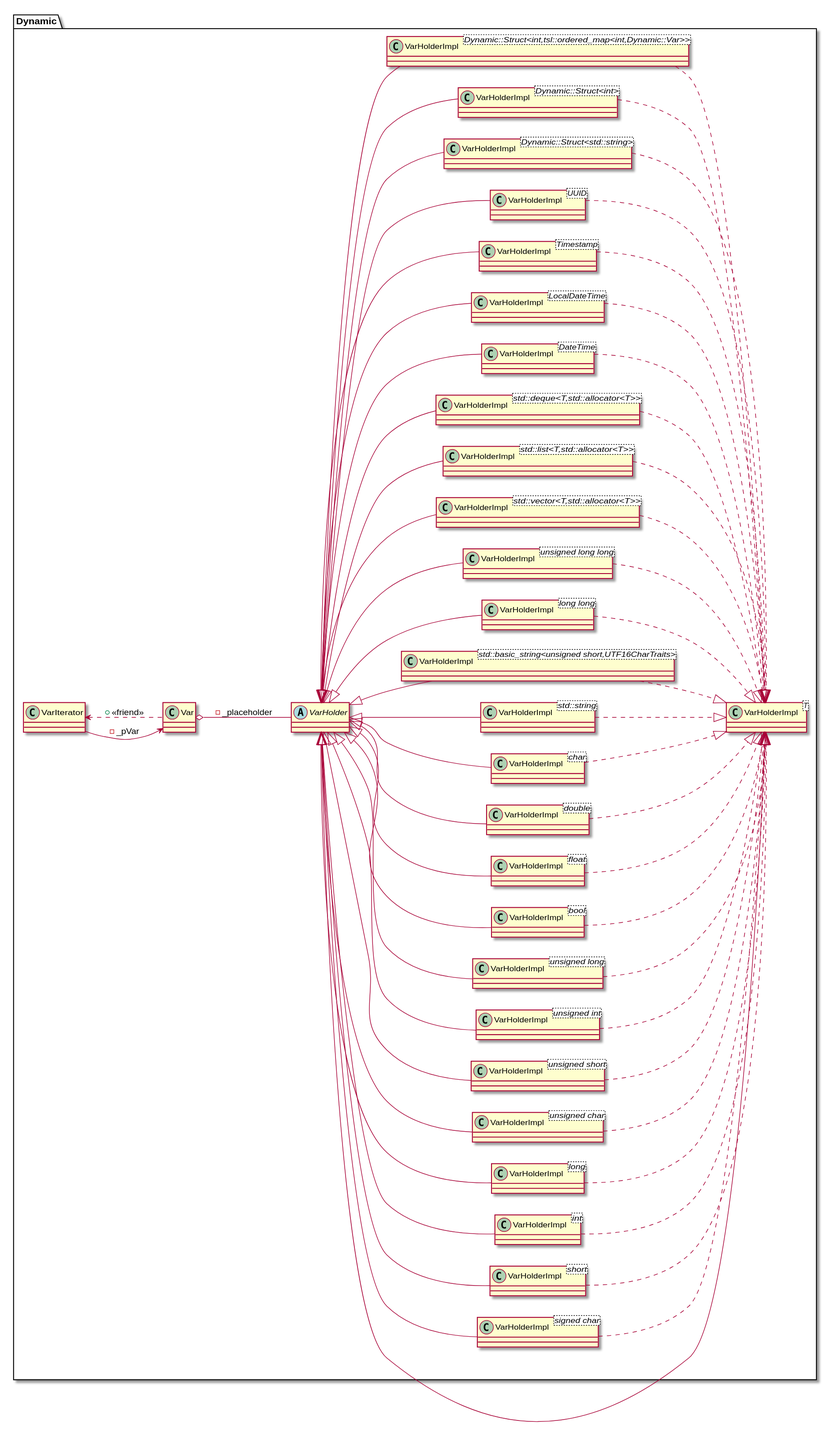
Before: poco/puml/dynamic_class_diagram.svg, a diagram exported from PlantUML (bkryza/clang-uml-examples).
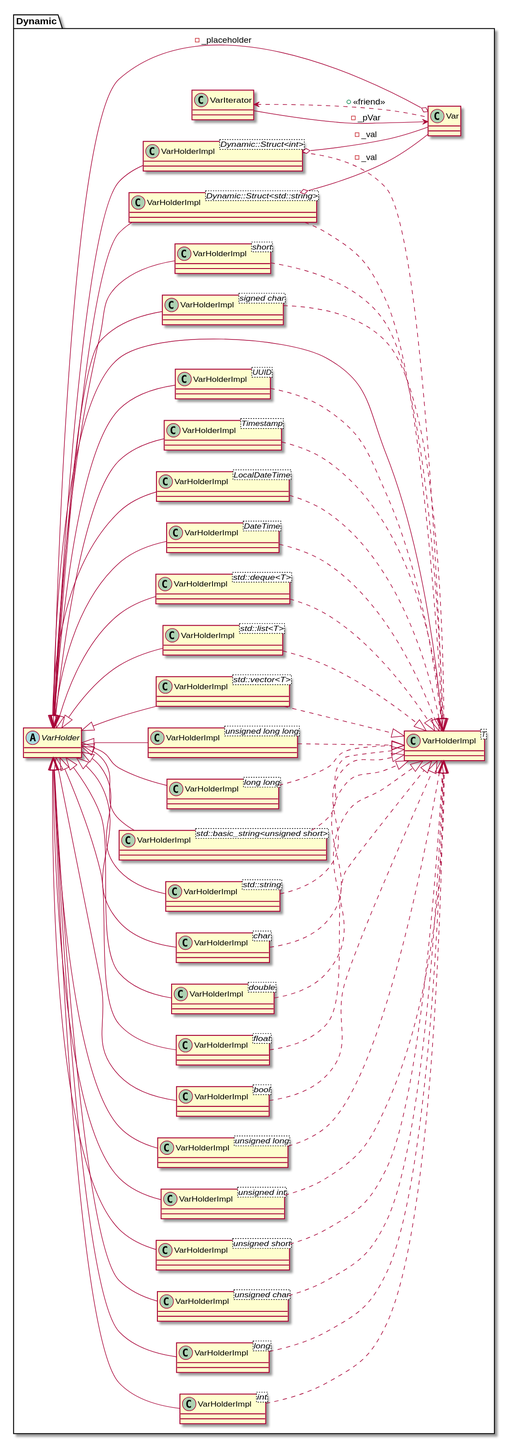
The same file after the commit.

Change to the diagram source:
```diff
@@ -46,8 +46,8 @@
 class "VarHolderImpl<std::string>" as C_0002291903337356664508
 class C_0002291903337356664508 [[https://github.com/pocoproject/poco/blob/9fc117d585e552ae3327b56900df9cc40653d574/Foundation/include/Poco/Dynamic/VarHolder.h#L2628{VarHolderImpl}]] {
 }
-class "VarHolderImpl<std::basic_string<unsigned short,UTF16CharTraits>>" as C_0001280441251658550342
-class C_0001280441251658550342 [[https://github.com/pocoproject/poco/blob/9fc117d585e552ae3327b56900df9cc40653d574/Foundation/include/Poco/Dynamic/VarHolder.h#L2825{VarHolderImpl}]] {
+class "VarHolderImpl<std::basic_string<unsigned short>>" as C_0001370368867041199969
+class C_0001370368867041199969 [[https://github.com/pocoproject/poco/blob/9fc117d585e552ae3327b56900df9cc40653d574/Foundation/include/Poco/Dynamic/VarHolder.h#L2825{VarHolderImpl}]] {
 }
 class "VarHolderImpl<long long>" as C_0001646173285346905617
 class C_0001646173285346905617 [[https://github.com/pocoproject/poco/blob/9fc117d585e552ae3327b56900df9cc40653d574/Foundation/include/Poco/Dynamic/VarHolder.h#L3309{VarHolderImpl}]] {
@@ -55,14 +55,14 @@
 class "VarHolderImpl<unsigned long long>" as C_0001583654034047392858
 class C_0001583654034047392858 [[https://github.com/pocoproject/poco/blob/9fc117d585e552ae3327b56900df9cc40653d574/Foundation/include/Poco/Dynamic/VarHolder.h#L3457{VarHolderImpl}]] {
 }
-class "VarHolderImpl<std::vector<T,std::allocator<T>>>" as C_0001958977447667255166
-class C_0001958977447667255166 [[https://github.com/pocoproject/poco/blob/9fc117d585e552ae3327b56900df9cc40653d574/Foundation/include/Poco/Dynamic/VarHolder.h#L3608{VarHolderImpl}]] {
+class "VarHolderImpl<std::vector<T>>" as C_0000910307965681926894
+class C_0000910307965681926894 [[https://github.com/pocoproject/poco/blob/9fc117d585e552ae3327b56900df9cc40653d574/Foundation/include/Poco/Dynamic/VarHolder.h#L3608{VarHolderImpl}]] {
 }
-class "VarHolderImpl<std::list<T,std::allocator<T>>>" as C_0000080571782585268469
-class C_0000080571782585268469 [[https://github.com/pocoproject/poco/blob/9fc117d585e552ae3327b56900df9cc40653d574/Foundation/include/Poco/Dynamic/VarHolder.h#L3673{VarHolderImpl}]] {
+class "VarHolderImpl<std::list<T>>" as C_0000355772964752054032
+class C_0000355772964752054032 [[https://github.com/pocoproject/poco/blob/9fc117d585e552ae3327b56900df9cc40653d574/Foundation/include/Poco/Dynamic/VarHolder.h#L3673{VarHolderImpl}]] {
 }
-class "VarHolderImpl<std::deque<T,std::allocator<T>>>" as C_0001054432913031815629
-class C_0001054432913031815629 [[https://github.com/pocoproject/poco/blob/9fc117d585e552ae3327b56900df9cc40653d574/Foundation/include/Poco/Dynamic/VarHolder.h#L3748{VarHolderImpl}]] {
+class "VarHolderImpl<std::deque<T>>" as C_0001350084679139174053
+class C_0001350084679139174053 [[https://github.com/pocoproject/poco/blob/9fc117d585e552ae3327b56900df9cc40653d574/Foundation/include/Poco/Dynamic/VarHolder.h#L3748{VarHolderImpl}]] {
 }
 class "VarHolderImpl<DateTime>" as C_0000699000175415913074
 class C_0000699000175415913074 [[https://github.com/pocoproject/poco/blob/9fc117d585e552ae3327b56900df9cc40653d574/Foundation/include/Poco/Dynamic/VarHolder.h#L3813{VarHolderImpl}]] {
@@ -87,9 +87,6 @@
 }
 class "VarHolderImpl<Dynamic::Struct<int>>" as C_0002033788483863182904
 class C_0002033788483863182904 [[https://github.com/pocoproject/poco/blob/9fc117d585e552ae3327b56900df9cc40653d574/Foundation/include/Poco/Dynamic/Struct.h#L438{VarHolderImpl}]] {
-}
-class "VarHolderImpl<Dynamic::Struct<int,tsl::ordered_map<int,Dynamic::Var>>>" as C_0002153171854526901050
-class C_0002153171854526901050 [[https://github.com/pocoproject/poco/blob/9fc117d585e552ae3327b56900df9cc40653d574/Foundation/include/Poco/Dynamic/Struct.h#L810{VarHolderImpl}]] {
 }
 }
 C_0000820091630223006238 <|-- C_0001112867090784569162
@@ -119,18 +116,18 @@
 C_0000820091630223006238 <|-- C_0001942181379759217898
 C_0002291903337356664508 ..|> C_0001112867090784569162
 C_0000820091630223006238 <|-- C_0002291903337356664508
-C_0001280441251658550342 ..|> C_0001112867090784569162
-C_0000820091630223006238 <|-- C_0001280441251658550342
+C_0001370368867041199969 ..|> C_0001112867090784569162
+C_0000820091630223006238 <|-- C_0001370368867041199969
 C_0001646173285346905617 ..|> C_0001112867090784569162
 C_0000820091630223006238 <|-- C_0001646173285346905617
 C_0001583654034047392858 ..|> C_0001112867090784569162
 C_0000820091630223006238 <|-- C_0001583654034047392858
-C_0001958977447667255166 ..|> C_0001112867090784569162
-C_0000820091630223006238 <|-- C_0001958977447667255166
-C_0000080571782585268469 ..|> C_0001112867090784569162
-C_0000820091630223006238 <|-- C_0000080571782585268469
-C_0001054432913031815629 ..|> C_0001112867090784569162
-C_0000820091630223006238 <|-- C_0001054432913031815629
+C_0000910307965681926894 ..|> C_0001112867090784569162
+C_0000820091630223006238 <|-- C_0000910307965681926894
+C_0000355772964752054032 ..|> C_0001112867090784569162
+C_0000820091630223006238 <|-- C_0000355772964752054032
+C_0001350084679139174053 ..|> C_0001112867090784569162
+C_0000820091630223006238 <|-- C_0001350084679139174053
 C_0000699000175415913074 ..|> C_0001112867090784569162
 C_0000820091630223006238 <|-- C_0000699000175415913074
 C_0001850771625416044357 ..|> C_0001112867090784569162
@@ -143,10 +140,10 @@
 C_0002237184725500898553 <.. C_0001827593751126946500 : +<<friend>>
 C_0001827593751126946500 o-- C_0000820091630223006238 : -_placeholder
 C_0000069885356623718991 ..|> C_0001112867090784569162
+C_0000069885356623718991 o-- C_0001827593751126946500 : -_val
 C_0000820091630223006238 <|-- C_0000069885356623718991
 C_0002033788483863182904 ..|> C_0001112867090784569162
+C_0002033788483863182904 o-- C_0001827593751126946500 : -_val
 C_0000820091630223006238 <|-- C_0002033788483863182904
-C_0002153171854526901050 ..|> C_0001112867090784569162
-C_0000820091630223006238 <|-- C_0002153171854526901050
 
 @enduml
```
